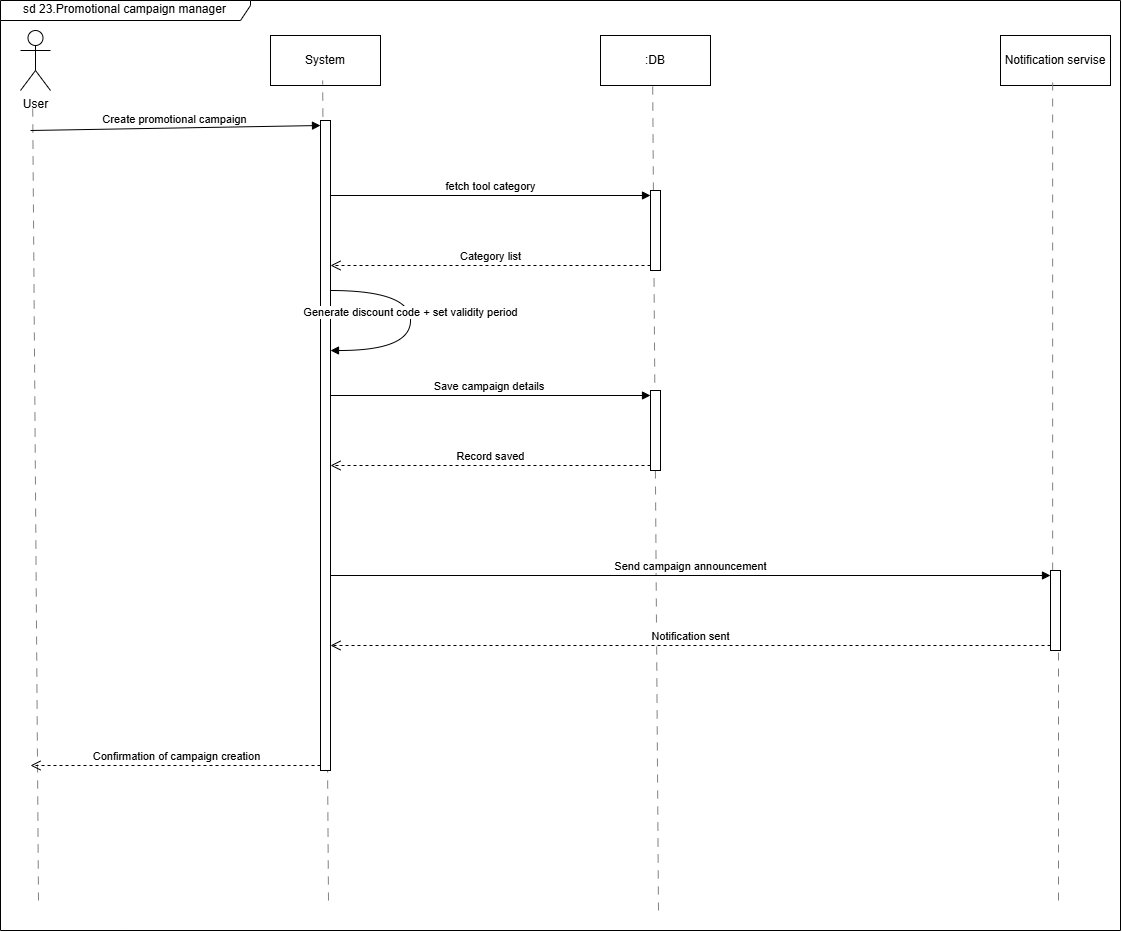
Above: SE Project/Sequence Diagrams/seq(23).drawio.png in M7moudAbdallah01/P2P-Specialized-Tool-Library-SE1- (draw.io), before the change. Source tidied: cells renumbered, new cells last; positions are measured from the earlier drawing's top-left corner, leaving out a move shared by most shapes.
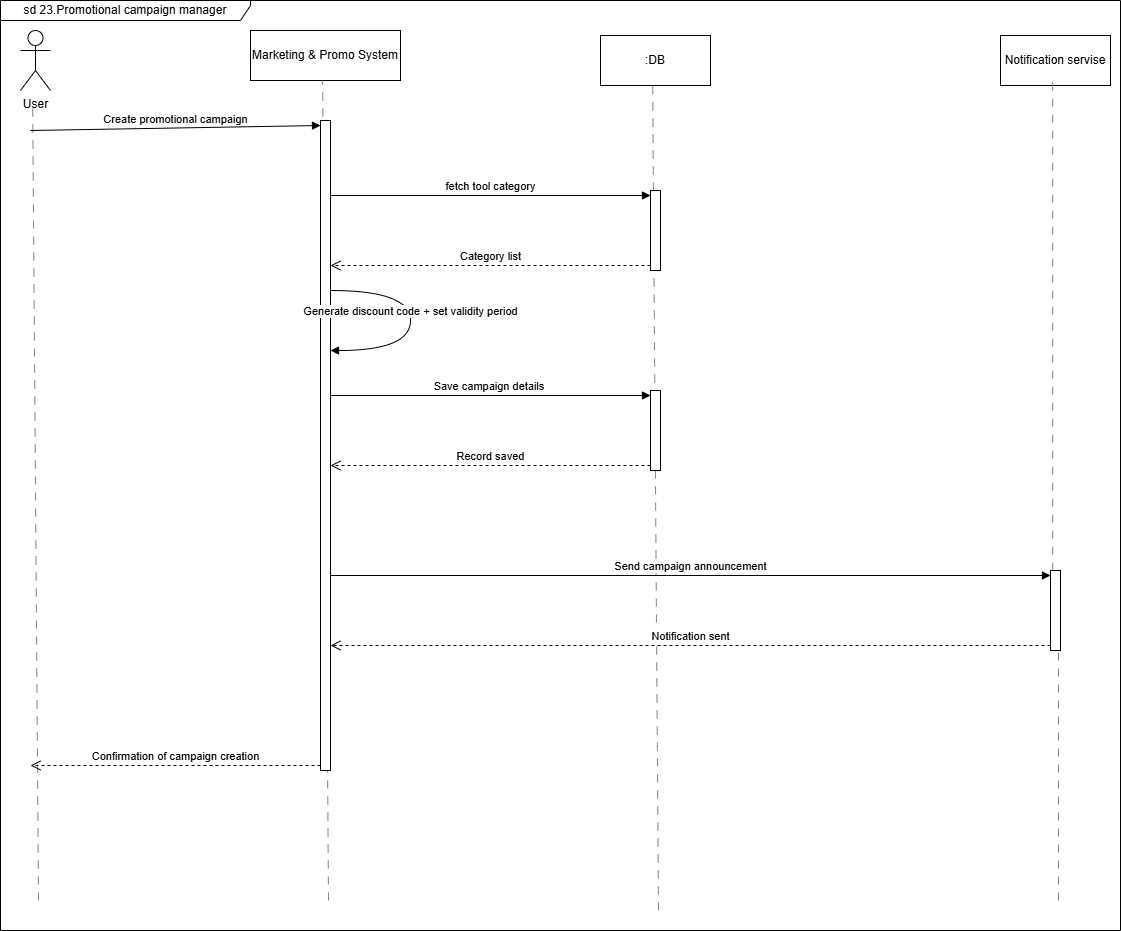
Later version of the same file.

Diff of the diagram source:
```diff
@@ -5,8 +5,8 @@
     <mxCell id="2" value="User" style="shape=umlActor;verticalLabelPosition=bottom;verticalAlign=top;html=1;" parent="1" vertex="1">
       <mxGeometry x="20" y="30" width="30" height="60" as="geometry" />
     </mxCell>
-    <mxCell id="3" value="System" style="html=1;whiteSpace=wrap;" parent="1" vertex="1">
-      <mxGeometry x="270" y="35" width="110" height="50" as="geometry" />
+    <mxCell id="3" value="Marketing &amp;amp; Promo System" style="html=1;whiteSpace=wrap;" parent="1" vertex="1">
+      <mxGeometry x="250" y="30" width="150" height="50" as="geometry" />
     </mxCell>
     <mxCell id="4" value=":DB" style="html=1;whiteSpace=wrap;" parent="1" vertex="1">
       <mxGeometry x="600" y="35" width="110" height="50" as="geometry" />
```
